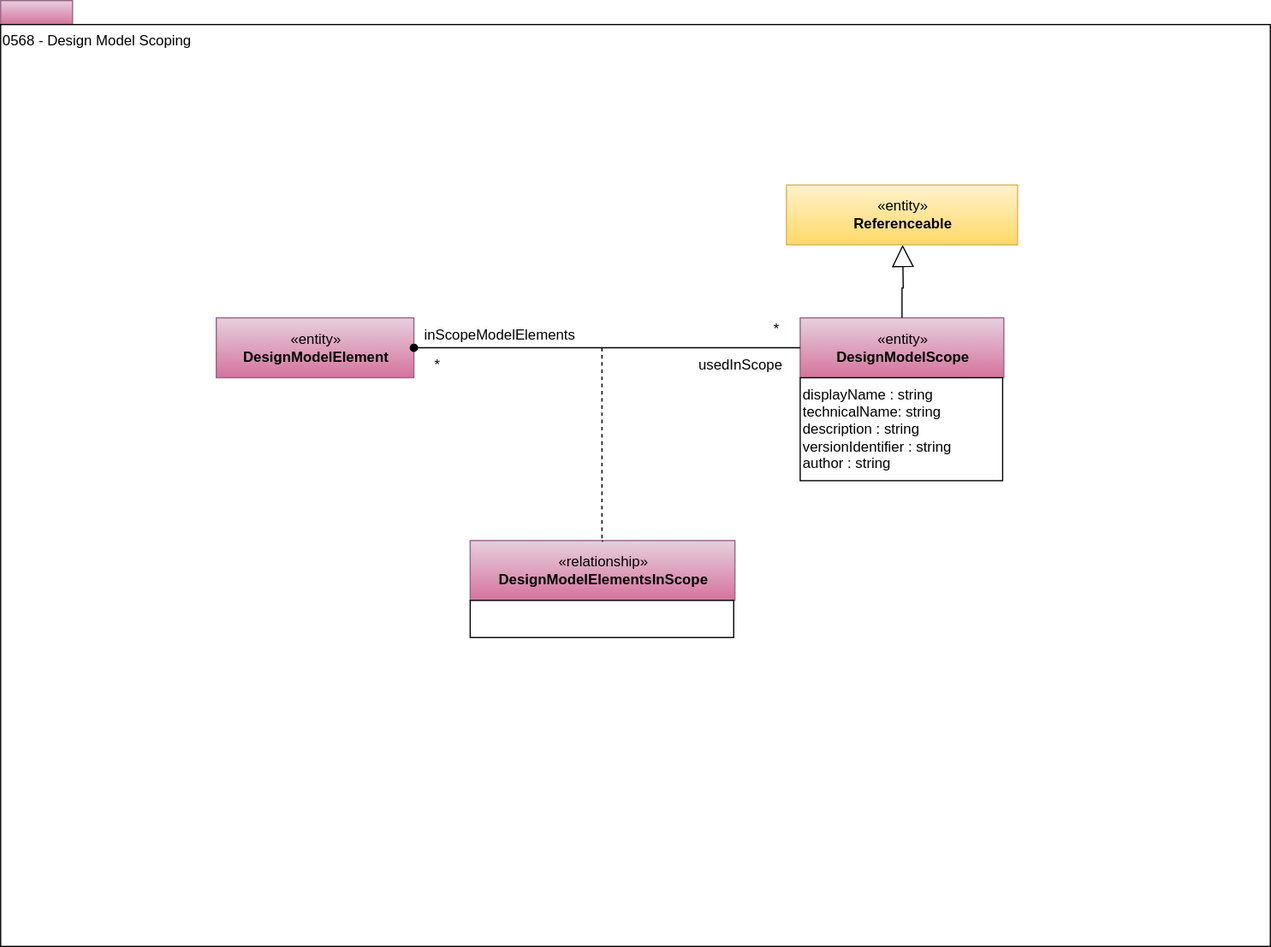
Before: site/docs/types/5/0568-Design-Model-Scoping.svg, a diagram exported from draw.io (odpi/egeria-docs). Source tidied: cells renumbered, new cells last; positions are measured from the earlier drawing's top-left corner, leaving out a move shared by most shapes. The source it was exported from:
```xml
<mxGraphModel>
  <root>
    <mxCell id="0" />
    <mxCell id="1" parent="0" />
    <mxCell id="2" style="rounded=0;whiteSpace=wrap;html=1;align=left;fillColor=#e6d0de;strokeColor=#996185;gradientColor=#d5739d;" parent="1" vertex="1">
      <mxGeometry width="60" height="20" as="geometry" />
    </mxCell>
    <mxCell id="3" value="0568 - Design Model Scoping" style="rounded=0;whiteSpace=wrap;html=1;align=left;verticalAlign=top;" parent="1" vertex="1">
      <mxGeometry y="20" width="1060" height="770" as="geometry" />
    </mxCell>
    <mxCell id="4" value="«entity»&lt;br&gt;&lt;b&gt;DesignModelElement&lt;/b&gt;" style="html=1;strokeColor=#996185;align=center;fillColor=#e6d0de;gradientColor=#d5739d;" parent="1" vertex="1">
      <mxGeometry x="180" y="265" width="165" height="50" as="geometry" />
    </mxCell>
    <mxCell id="5" value="*" style="text;html=1;strokeColor=none;fillColor=none;align=center;verticalAlign=middle;whiteSpace=wrap;rounded=0;" parent="1" vertex="1">
      <mxGeometry x="627.5" y="265" width="40" height="20" as="geometry" />
    </mxCell>
    <mxCell id="6" value="usedInScope" style="text;html=1;strokeColor=none;fillColor=none;align=center;verticalAlign=middle;whiteSpace=wrap;rounded=0;" parent="1" vertex="1">
      <mxGeometry x="571.5" y="295" width="92" height="20" as="geometry" />
    </mxCell>
    <mxCell id="7" value="inScopeModelElements" style="text;html=1;strokeColor=none;fillColor=none;align=center;verticalAlign=middle;whiteSpace=wrap;rounded=0;" parent="1" vertex="1">
      <mxGeometry x="388" y="270" width="58" height="20" as="geometry" />
    </mxCell>
    <mxCell id="8" value="«relationship»&lt;br&gt;&lt;b&gt;DesignModelElementsInScope&lt;/b&gt;" style="html=1;strokeColor=#996185;align=center;fillColor=#e6d0de;gradientColor=#d5739d;" parent="1" vertex="1">
      <mxGeometry x="392" y="451" width="221" height="50" as="geometry" />
    </mxCell>
    <mxCell id="9" style="endArrow=none;dashed=1;html=1;entryX=0.5;entryY=0;entryDx=0;entryDy=0;" parent="1" edge="1" target="8">
      <mxGeometry relative="1" as="geometry">
        <mxPoint x="502" y="290" as="sourcePoint" />
        <Array as="points">
          <mxPoint x="502" y="453" />
        </Array>
      </mxGeometry>
    </mxCell>
    <mxCell id="10" value="&lt;div style=&quot;text-align: left&quot;&gt;&lt;br&gt;&lt;/div&gt;" style="rounded=0;whiteSpace=wrap;html=1;strokeColor=#000000;gradientColor=#ffffff;align=left;" parent="1" vertex="1">
      <mxGeometry x="392" y="501" width="220" height="31" as="geometry" />
    </mxCell>
    <mxCell id="11" value="*" style="text;html=1;strokeColor=none;fillColor=none;align=center;verticalAlign=middle;whiteSpace=wrap;rounded=0;" parent="1" vertex="1">
      <mxGeometry x="344.5" y="295" width="40" height="20" as="geometry" />
    </mxCell>
    <mxCell id="12" value="«entity»&lt;br&gt;&lt;b&gt;DesignModelScope&lt;/b&gt;" style="html=1;strokeColor=#996185;align=center;fillColor=#e6d0de;gradientColor=#d5739d;" parent="1" vertex="1">
      <mxGeometry x="667.5" y="265" width="170" height="50" as="geometry" />
    </mxCell>
    <mxCell id="13" value="displayName : string&lt;br&gt;technicalName: string&lt;br&gt;description : string&lt;br&gt;versionIdentifier : string&lt;br&gt;author : string&lt;span&gt;&lt;br&gt;&lt;/span&gt;" style="rounded=0;whiteSpace=wrap;html=1;strokeColor=#000000;gradientColor=#ffffff;align=left;" parent="1" vertex="1">
      <mxGeometry x="667.5" y="315" width="169" height="86" as="geometry" />
    </mxCell>
    <mxCell id="14" style="edgeStyle=orthogonalEdgeStyle;rounded=0;jettySize=auto;html=1;endArrow=block;endFill=0;endSize=16;exitX=0.5;exitY=0;exitDx=0;exitDy=0;entryX=0.5;entryY=1;entryDx=0;entryDy=0;" parent="1" edge="1" source="12">
      <mxGeometry relative="1" as="geometry">
        <mxPoint x="753" y="204" as="targetPoint" />
      </mxGeometry>
    </mxCell>
    <mxCell id="15" value="«entity»&lt;br&gt;&lt;b&gt;Referenceable&lt;/b&gt;" style="html=1;strokeColor=#d6b656;align=center;fillColor=#fff2cc;gradientColor=#ffd966;" parent="1" vertex="1">
      <mxGeometry x="656" y="154" width="193" height="50" as="geometry" />
    </mxCell>
    <mxCell id="16" style="edgeStyle=orthogonalEdgeStyle;rounded=0;jettySize=auto;html=1;exitX=0;exitY=0.5;exitDx=0;exitDy=0;entryX=1;entryY=0.5;entryDx=0;entryDy=0;endArrow=oval;endFill=1;" parent="1" edge="1" source="12" target="4">
      <mxGeometry relative="1" as="geometry" />
    </mxCell>
  </root>
</mxGraphModel>
```
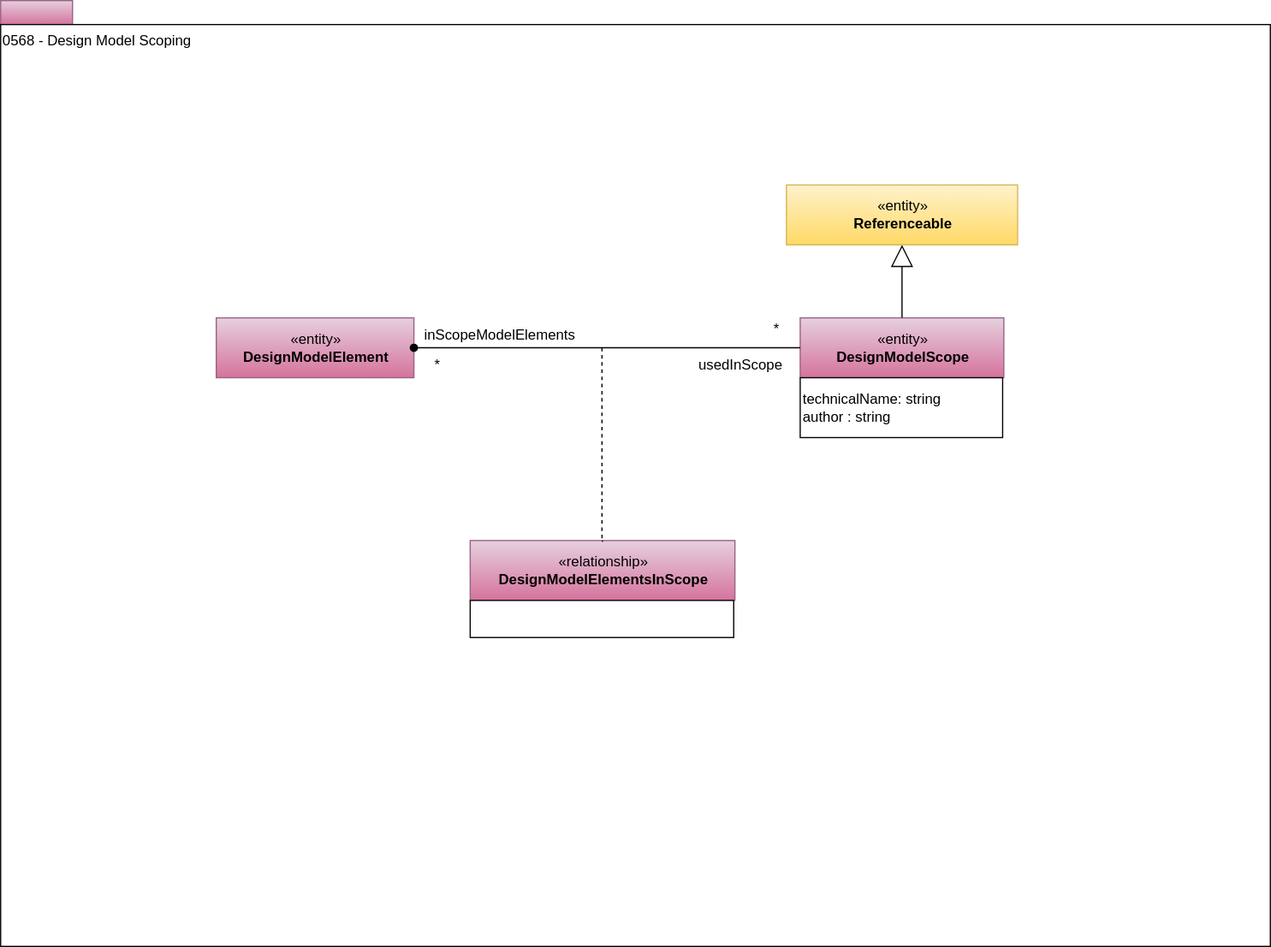
The same diagram one commit later.

What changed in the source:
```diff
@@ -40,13 +40,11 @@
     <mxCell id="12" value="«entity»&lt;br&gt;&lt;b&gt;DesignModelScope&lt;/b&gt;" style="html=1;strokeColor=#996185;align=center;fillColor=#e6d0de;gradientColor=#d5739d;" parent="1" vertex="1">
       <mxGeometry x="667.5" y="265" width="170" height="50" as="geometry" />
     </mxCell>
-    <mxCell id="13" value="displayName : string&lt;br&gt;technicalName: string&lt;br&gt;description : string&lt;br&gt;versionIdentifier : string&lt;br&gt;author : string&lt;span&gt;&lt;br&gt;&lt;/span&gt;" style="rounded=0;whiteSpace=wrap;html=1;strokeColor=#000000;gradientColor=#ffffff;align=left;" parent="1" vertex="1">
-      <mxGeometry x="667.5" y="315" width="169" height="86" as="geometry" />
+    <mxCell id="13" value="technicalName: string&lt;br&gt;author : string&lt;span&gt;&lt;br&gt;&lt;/span&gt;" style="rounded=0;whiteSpace=wrap;html=1;strokeColor=#000000;gradientColor=#ffffff;align=left;" parent="1" vertex="1">
+      <mxGeometry x="667.5" y="315" width="169" height="50" as="geometry" />
     </mxCell>
-    <mxCell id="14" style="edgeStyle=orthogonalEdgeStyle;rounded=0;jettySize=auto;html=1;endArrow=block;endFill=0;endSize=16;exitX=0.5;exitY=0;exitDx=0;exitDy=0;entryX=0.5;entryY=1;entryDx=0;entryDy=0;" parent="1" edge="1" source="12">
-      <mxGeometry relative="1" as="geometry">
-        <mxPoint x="753" y="204" as="targetPoint" />
-      </mxGeometry>
+    <mxCell id="14" style="edgeStyle=orthogonalEdgeStyle;rounded=0;jettySize=auto;html=1;endArrow=block;endFill=0;endSize=16;exitX=0.5;exitY=0;exitDx=0;exitDy=0;entryX=0.5;entryY=1;entryDx=0;entryDy=0;" parent="1" edge="1" source="12" target="15">
+      <mxGeometry relative="1" as="geometry" />
     </mxCell>
     <mxCell id="15" value="«entity»&lt;br&gt;&lt;b&gt;Referenceable&lt;/b&gt;" style="html=1;strokeColor=#d6b656;align=center;fillColor=#fff2cc;gradientColor=#ffd966;" parent="1" vertex="1">
       <mxGeometry x="656" y="154" width="193" height="50" as="geometry" />
```
